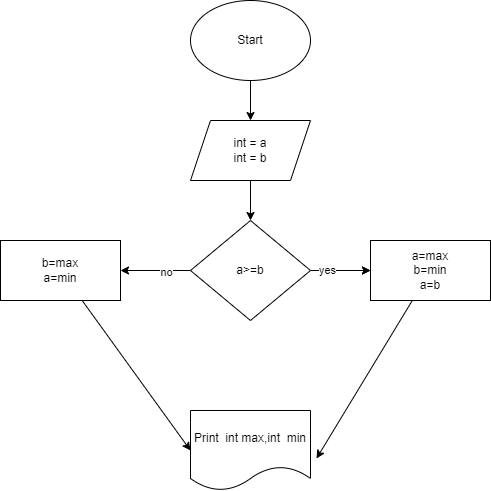
The draw.io diagram dz_sem_01/zadacha01/ex01.drawio.png in DmitryDyakov01/lessons, before a commit. Source tidied: cells renumbered, new cells last; positions are measured from the earlier drawing's top-left corner, leaving out a move shared by most shapes. Source of this version:
```xml
<mxGraphModel>
  <root>
    <mxCell id="0" />
    <mxCell id="1" parent="0" />
    <mxCell id="2" style="edgeStyle=none;html=1;" parent="1" edge="1" source="3" target="5">
      <mxGeometry relative="1" as="geometry" />
    </mxCell>
    <mxCell id="3" value="Start" style="ellipse;whiteSpace=wrap;html=1;" parent="1" vertex="1">
      <mxGeometry x="190" width="120" height="80" as="geometry" />
    </mxCell>
    <mxCell id="4" style="edgeStyle=none;html=1;" parent="1" edge="1" source="5" target="11">
      <mxGeometry relative="1" as="geometry" />
    </mxCell>
    <mxCell id="5" value="int = a&lt;br&gt;int = b" style="shape=parallelogram;perimeter=parallelogramPerimeter;whiteSpace=wrap;html=1;fixedSize=1;" parent="1" vertex="1">
      <mxGeometry x="190" y="120" width="120" height="60" as="geometry" />
    </mxCell>
    <mxCell id="6" style="edgeStyle=none;html=1;" parent="1" edge="1" source="11" target="13">
      <mxGeometry relative="1" as="geometry" />
    </mxCell>
    <mxCell id="7" style="edgeStyle=none;html=1;" parent="1" edge="1" source="11" target="13">
      <mxGeometry relative="1" as="geometry" />
    </mxCell>
    <mxCell id="8" value="yes&lt;br&gt;" style="edgeLabel;html=1;align=center;verticalAlign=middle;" parent="7" vertex="1">
      <mxGeometry x="-0.47" y="1" relative="1" as="geometry" />
    </mxCell>
    <mxCell id="9" style="edgeStyle=none;html=1;" parent="1" edge="1" source="11" target="15">
      <mxGeometry relative="1" as="geometry" />
    </mxCell>
    <mxCell id="10" value="no" style="edgeLabel;html=1;align=center;verticalAlign=middle;" parent="9" vertex="1">
      <mxGeometry x="-0.28" y="1" relative="1" as="geometry" />
    </mxCell>
    <mxCell id="11" value="a&amp;gt;=b" style="rhombus;whiteSpace=wrap;html=1;" parent="1" vertex="1">
      <mxGeometry x="190" y="220" width="120" height="100" as="geometry" />
    </mxCell>
    <mxCell id="12" style="edgeStyle=none;html=1;entryX=1.05;entryY=0.6;entryDx=0;entryDy=0;entryPerimeter=0;" parent="1" edge="1" source="13" target="16">
      <mxGeometry relative="1" as="geometry" />
    </mxCell>
    <mxCell id="13" value="a=max&lt;br&gt;b=min&lt;br&gt;a=b" style="whiteSpace=wrap;html=1;" parent="1" vertex="1">
      <mxGeometry x="370" y="240" width="120" height="60" as="geometry" />
    </mxCell>
    <mxCell id="14" style="edgeStyle=none;html=1;entryX=0;entryY=0.5;entryDx=0;entryDy=0;" parent="1" edge="1" source="15" target="16">
      <mxGeometry relative="1" as="geometry" />
    </mxCell>
    <mxCell id="15" value="b=max&lt;br&gt;a=min" style="whiteSpace=wrap;html=1;" parent="1" vertex="1">
      <mxGeometry y="240" width="120" height="60" as="geometry" />
    </mxCell>
    <mxCell id="16" value="Print&amp;nbsp; int max,int&amp;nbsp; min" style="shape=document;whiteSpace=wrap;html=1;boundedLbl=1;" parent="1" vertex="1">
      <mxGeometry x="190" y="410" width="120" height="80" as="geometry" />
    </mxCell>
  </root>
</mxGraphModel>
```
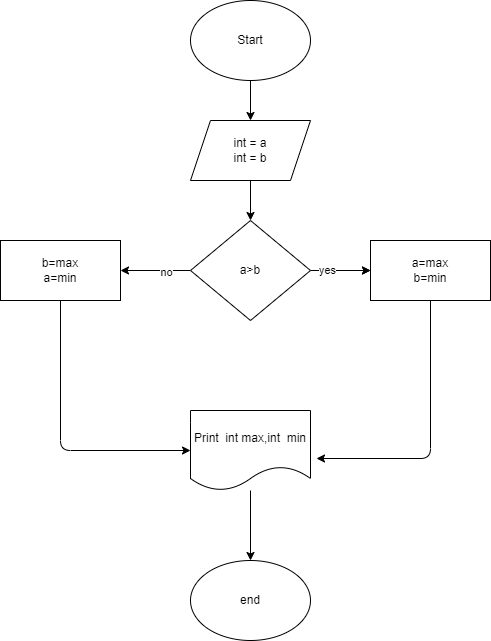
Above is the later version.

Change to the diagram source:
```diff
@@ -29,23 +29,37 @@
     <mxCell id="10" value="no" style="edgeLabel;html=1;align=center;verticalAlign=middle;" parent="9" vertex="1">
       <mxGeometry x="-0.28" y="1" relative="1" as="geometry" />
     </mxCell>
-    <mxCell id="11" value="a&amp;gt;=b" style="rhombus;whiteSpace=wrap;html=1;" parent="1" vertex="1">
+    <mxCell id="11" value="a&amp;gt;b" style="rhombus;whiteSpace=wrap;html=1;" parent="1" vertex="1">
       <mxGeometry x="190" y="220" width="120" height="100" as="geometry" />
     </mxCell>
     <mxCell id="12" style="edgeStyle=none;html=1;entryX=1.05;entryY=0.6;entryDx=0;entryDy=0;entryPerimeter=0;" parent="1" edge="1" source="13" target="16">
-      <mxGeometry relative="1" as="geometry" />
+      <mxGeometry relative="1" as="geometry">
+        <Array as="points">
+          <mxPoint x="430" y="458" />
+        </Array>
+      </mxGeometry>
     </mxCell>
-    <mxCell id="13" value="a=max&lt;br&gt;b=min&lt;br&gt;a=b" style="whiteSpace=wrap;html=1;" parent="1" vertex="1">
+    <mxCell id="13" value="a=max&lt;br&gt;b=min" style="whiteSpace=wrap;html=1;" parent="1" vertex="1">
       <mxGeometry x="370" y="240" width="120" height="60" as="geometry" />
     </mxCell>
     <mxCell id="14" style="edgeStyle=none;html=1;entryX=0;entryY=0.5;entryDx=0;entryDy=0;" parent="1" edge="1" source="15" target="16">
-      <mxGeometry relative="1" as="geometry" />
+      <mxGeometry relative="1" as="geometry">
+        <Array as="points">
+          <mxPoint x="60" y="450" />
+        </Array>
+      </mxGeometry>
     </mxCell>
     <mxCell id="15" value="b=max&lt;br&gt;a=min" style="whiteSpace=wrap;html=1;" parent="1" vertex="1">
       <mxGeometry y="240" width="120" height="60" as="geometry" />
     </mxCell>
+    <mxCell id="17" style="edgeStyle=none;html=1;" parent="1" edge="1" source="16" target="18">
+      <mxGeometry relative="1" as="geometry" />
+    </mxCell>
     <mxCell id="16" value="Print&amp;nbsp; int max,int&amp;nbsp; min" style="shape=document;whiteSpace=wrap;html=1;boundedLbl=1;" parent="1" vertex="1">
       <mxGeometry x="190" y="410" width="120" height="80" as="geometry" />
     </mxCell>
+    <mxCell id="18" value="end" style="ellipse;whiteSpace=wrap;html=1;" parent="1" vertex="1">
+      <mxGeometry x="190" y="560" width="120" height="80" as="geometry" />
+    </mxCell>
   </root>
 </mxGraphModel>
```
